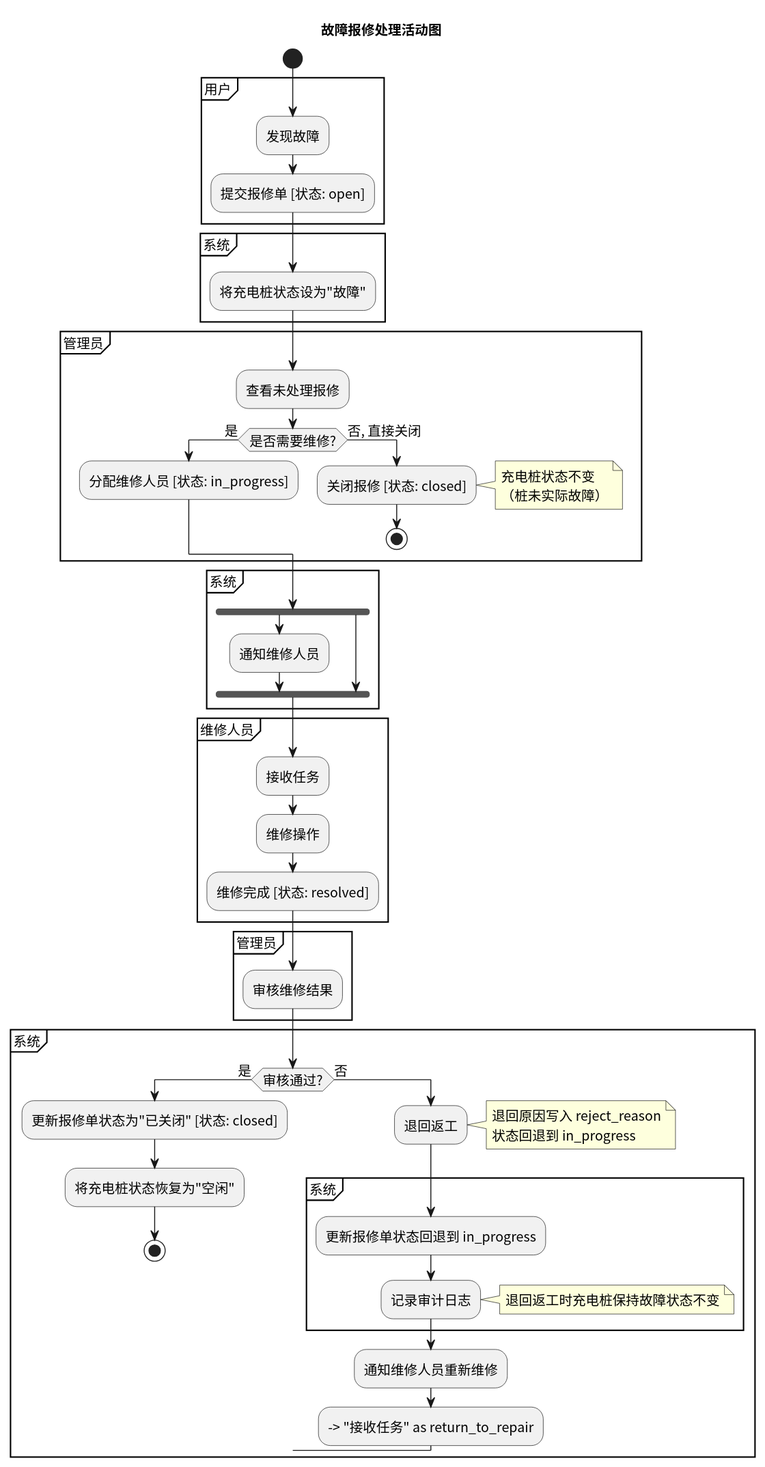
greenhandzdl/charging-station-doc keeps this PlantUML diagram as activity/img/activity_repair.svg. Above is the earlier version.
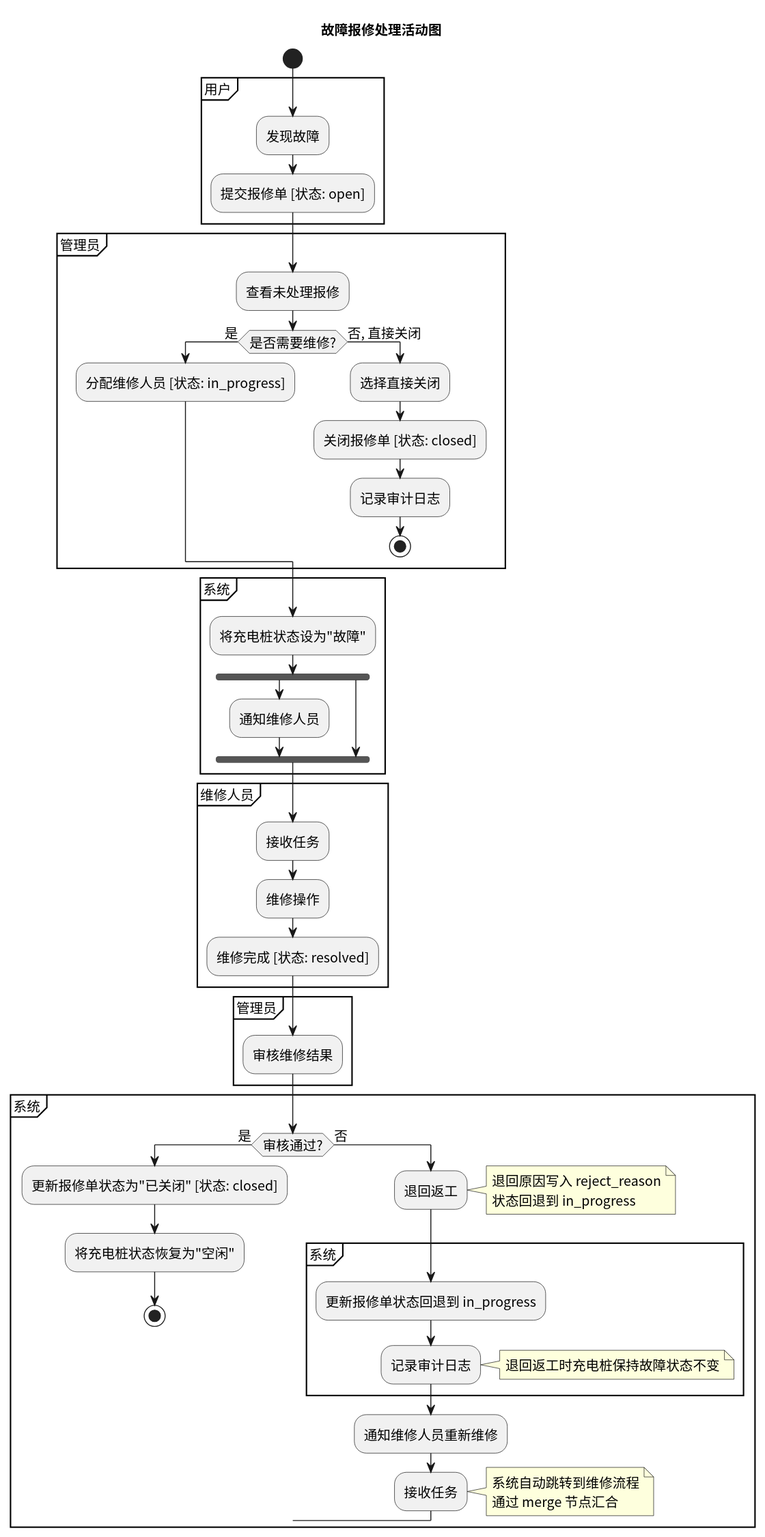
Above is the later version.

Change to the diagram source:
```diff
@@ -9,22 +9,20 @@
   :提交报修单 [状态: open];
 }
 
-partition "系统" {
-  :将充电桩状态设为"故障";
-}
-
 partition "管理员" {
   :查看未处理报修;
   if (是否需要维修?) then (是)
     :分配维修人员 [状态: in_progress];
   else (否, 直接关闭)
-    :关闭报修 [状态: closed];
-    note right: 充电桩状态不变\n（桩未实际故障）
+    :选择直接关闭;
+    :关闭报修单 [状态: closed];
+    :记录审计日志;
     stop
   endif
 }
 
 partition "系统" {
+  :将充电桩状态设为"故障";
   fork
     :通知维修人员;
   fork again
@@ -55,7 +53,8 @@
       note right: 退回返工时充电桩保持故障状态不变
     }
     :通知维修人员重新维修;
-    --> "接收任务" as return_to_repair
+    :接收任务;
+    note right: 系统自动跳转到维修流程\n通过 merge 节点汇合
   endif
 }
 @enduml
```
